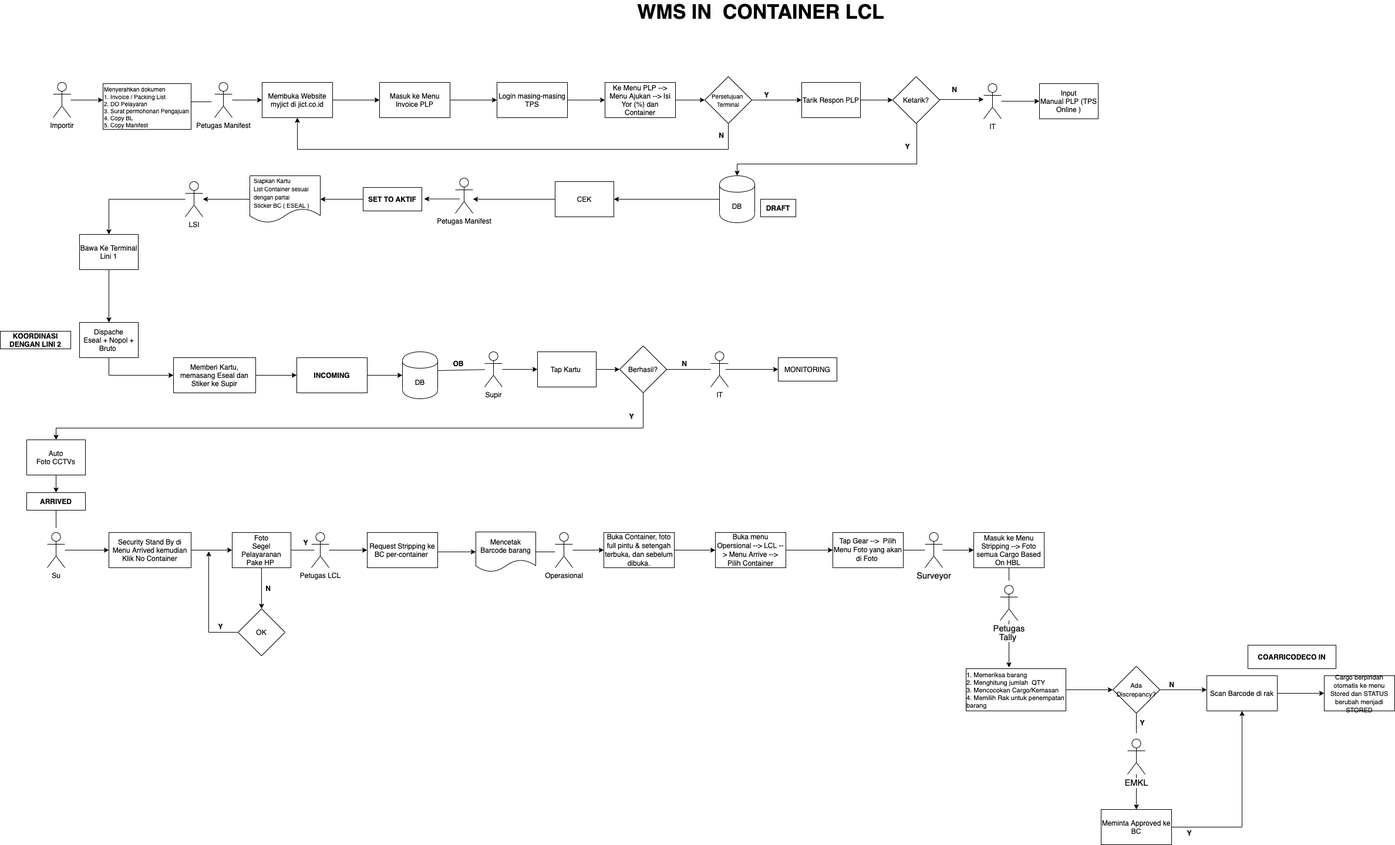
The draw.io diagram img/lcljict.png in sftmm/User-Manual, before a commit. Source tidied: cells renumbered, new cells last; positions are measured from the earlier drawing's top-left corner, leaving out a move shared by most shapes.
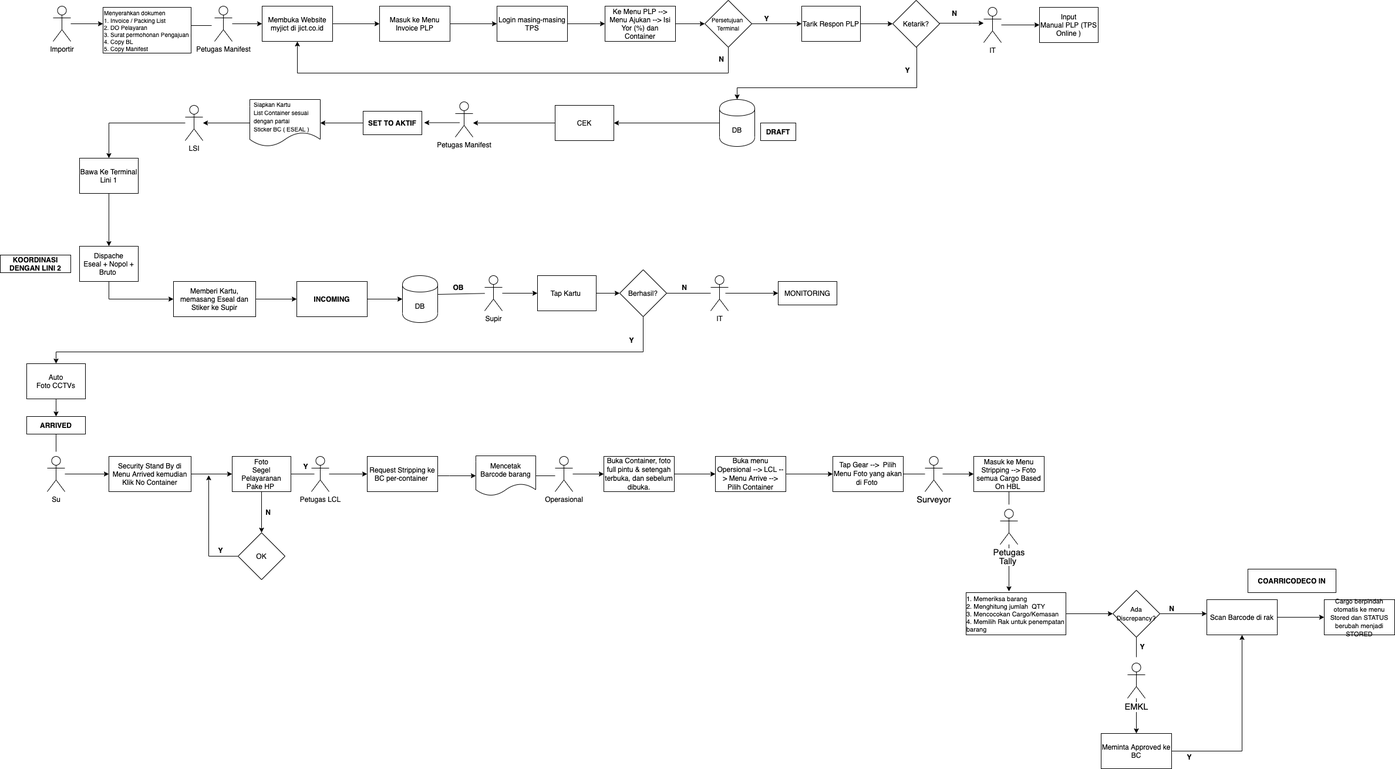
Above is the later version.

Diff of the diagram source:
```diff
@@ -170,9 +170,6 @@
     <mxCell id="45" value="IT" style="shape=umlActor;verticalLabelPosition=bottom;labelBackgroundColor=#ffffff;verticalAlign=top;html=1;outlineConnect=0;" parent="1" vertex="1">
       <mxGeometry x="1675" y="142" width="30" height="60" as="geometry" />
     </mxCell>
-    <mxCell id="46" value="&lt;b&gt;&lt;font style=&quot;font-size: 34px&quot;&gt;WMS IN&amp;nbsp; CONTAINER LCL&lt;/font&gt;&lt;/b&gt;" style="text;html=1;align=center;verticalAlign=middle;fontSize=23;" parent="1" vertex="1">
-      <mxGeometry x="1075" width="440" height="40" as="geometry" />
-    </mxCell>
     <mxCell id="47" value="&lt;b&gt;DRAFT&lt;/b&gt;" style="rounded=0;whiteSpace=wrap;html=1;" parent="1" vertex="1">
       <mxGeometry x="1295" y="339" width="60" height="30" as="geometry" />
     </mxCell>
```
